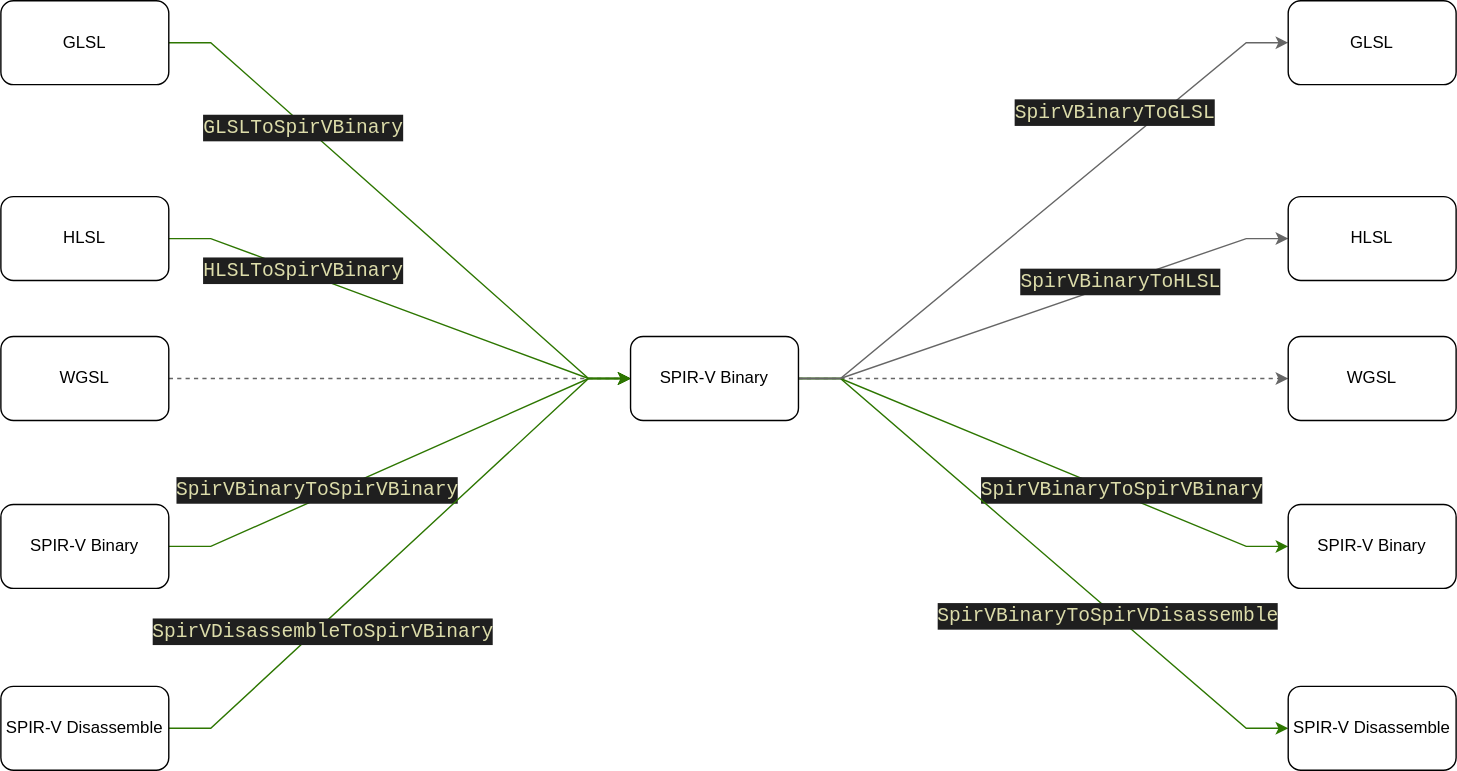
Earlier version of the draw.io export source/_static/WebGPU/ShaderCompiler/ConvertMap.drawio.svg (FuXiii/Essentials.of.Vulkan). Source tidied: cells renumbered, new cells last; positions are measured from the earlier drawing's top-left corner, leaving out a move shared by most shapes.
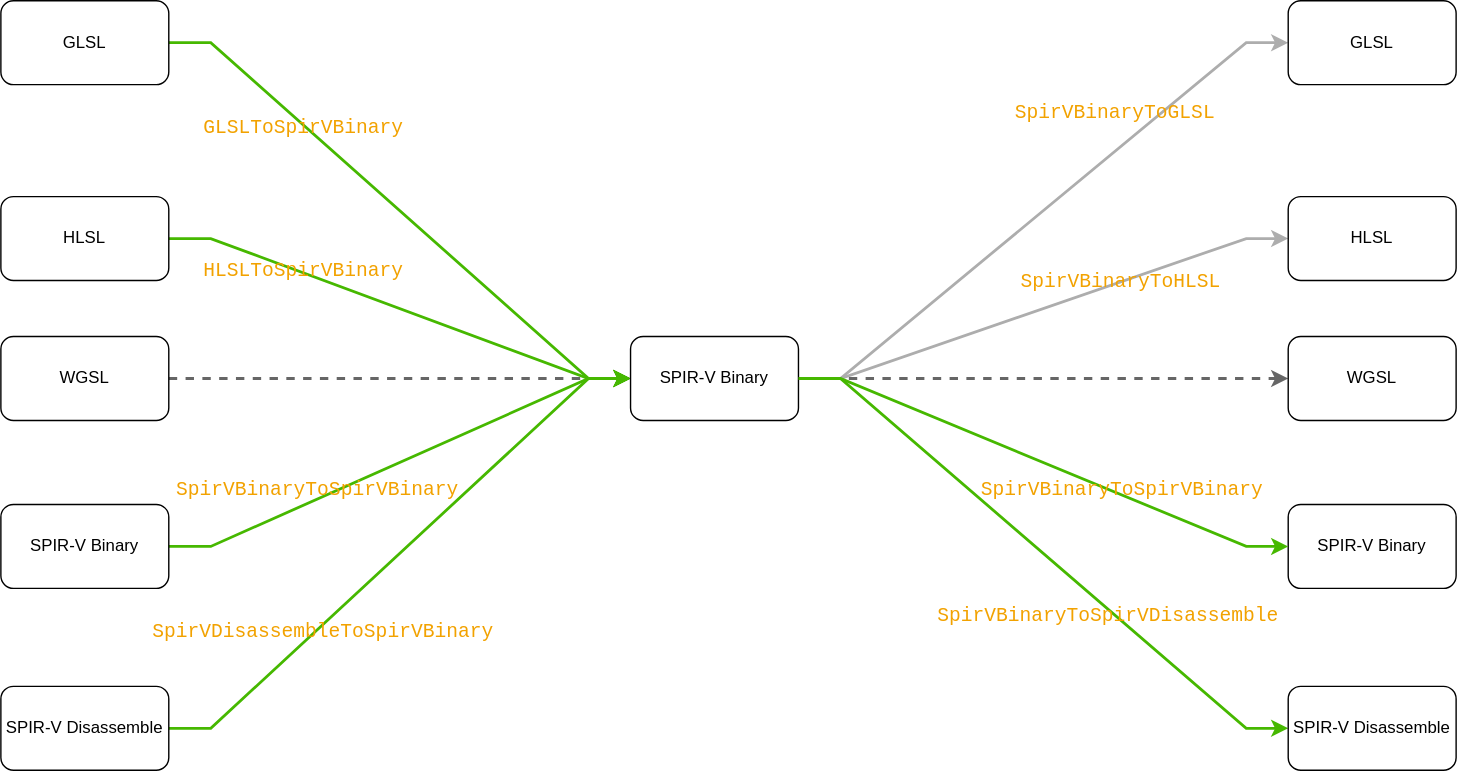
After the commit.

Commit message:
Update clear convert map svg

The edit, as a diff of the source:
```diff
@@ -2,16 +2,16 @@
   <root>
     <mxCell id="0" />
     <mxCell id="1" parent="0" />
-    <mxCell id="2" style="edgeStyle=entityRelationEdgeStyle;rounded=0;jettySize=auto;html=1;dashed=1;fillColor=#f5f5f5;gradientColor=#b3b3b3;strokeColor=#666666;" parent="1" edge="1" source="25" target="30">
+    <mxCell id="2" style="edgeStyle=entityRelationEdgeStyle;rounded=0;jettySize=auto;html=1;dashed=1;fillColor=#f5f5f5;gradientColor=#b3b3b3;strokeColor=#666666;strokeWidth=2;" parent="1" edge="1" source="25" target="30">
       <mxGeometry relative="1" as="geometry" />
     </mxCell>
-    <mxCell id="3" style="edgeStyle=entityRelationEdgeStyle;rounded=0;jettySize=auto;html=1;dashed=1;fillColor=#f5f5f5;gradientColor=#b3b3b3;strokeColor=#666666;" parent="1" edge="1" source="16" target="25">
+    <mxCell id="3" style="edgeStyle=entityRelationEdgeStyle;rounded=0;jettySize=auto;html=1;dashed=1;fillColor=#f5f5f5;gradientColor=#b3b3b3;strokeColor=#666666;strokeWidth=2;" parent="1" edge="1" source="16" target="25">
       <mxGeometry relative="1" as="geometry" />
     </mxCell>
-    <mxCell id="4" style="edgeStyle=entityRelationEdgeStyle;rounded=0;jettySize=auto;html=1;fillColor=#60a917;strokeColor=#2D7600;" parent="1" edge="1" source="6" target="25">
+    <mxCell id="4" style="edgeStyle=entityRelationEdgeStyle;rounded=0;jettySize=auto;html=1;fillColor=#60a917;strokeColor=#46B800;strokeWidth=2;" parent="1" edge="1" source="6" target="25">
       <mxGeometry relative="1" as="geometry" />
     </mxCell>
-    <mxCell id="5" value="&lt;div style=&quot;color: rgb(204, 204, 204); background-color: rgb(31, 31, 31); font-family: Consolas, &amp;quot;Courier New&amp;quot;, monospace; font-size: 14px; line-height: 19px;&quot;&gt;&lt;span style=&quot;color: #dcdcaa;&quot;&gt;GLSLToSpirVBinary&lt;/span&gt;&lt;/div&gt;" style="edgeLabel;html=1;align=center;verticalAlign=middle;" parent="4" vertex="1">
+    <mxCell id="5" value="&lt;div style=&quot;font-family: Consolas, &amp;quot;Courier New&amp;quot;, monospace; font-size: 14px; line-height: 19px;&quot;&gt;&lt;span style=&quot;&quot;&gt;GLSLToSpirVBinary&lt;/span&gt;&lt;/div&gt;" style="edgeLabel;html=1;align=center;verticalAlign=middle;labelBackgroundColor=none;fontColor=#F2A200;" parent="4" vertex="1">
       <mxGeometry x="-0.22" y="1" relative="1" as="geometry">
         <mxPoint x="-35" y="-28" as="offset" />
       </mxGeometry>
@@ -19,10 +19,10 @@
     <mxCell id="6" value="GLSL" style="rounded=1;whiteSpace=wrap;html=1;" parent="1" vertex="1">
       <mxGeometry width="120" height="60" as="geometry" />
     </mxCell>
-    <mxCell id="7" style="edgeStyle=entityRelationEdgeStyle;rounded=0;jettySize=auto;html=1;fillColor=#60a917;strokeColor=#2D7600;" parent="1" edge="1" source="9" target="25">
+    <mxCell id="7" style="edgeStyle=entityRelationEdgeStyle;rounded=0;jettySize=auto;html=1;fillColor=#60a917;strokeColor=#46B800;strokeWidth=2;" parent="1" edge="1" source="9" target="25">
       <mxGeometry relative="1" as="geometry" />
     </mxCell>
-    <mxCell id="8" value="&lt;div style=&quot;color: rgb(204, 204, 204); background-color: rgb(31, 31, 31); font-family: Consolas, &amp;quot;Courier New&amp;quot;, monospace; font-size: 14px; line-height: 19px;&quot;&gt;&lt;span style=&quot;color: #dcdcaa;&quot;&gt;HLSLToSpirVBinary&lt;/span&gt;&lt;/div&gt;" style="edgeLabel;html=1;align=center;verticalAlign=middle;" parent="7" vertex="1">
+    <mxCell id="8" value="&lt;div style=&quot;font-family: Consolas, &amp;quot;Courier New&amp;quot;, monospace; font-size: 14px; line-height: 19px;&quot;&gt;&lt;span style=&quot;&quot;&gt;HLSLToSpirVBinary&lt;/span&gt;&lt;/div&gt;" style="edgeLabel;html=1;align=center;verticalAlign=middle;labelBackgroundColor=none;fontColor=#F2A200;" parent="7" vertex="1">
       <mxGeometry x="-0.43" y="1" relative="1" as="geometry">
         <mxPoint y="-1" as="offset" />
       </mxGeometry>
@@ -30,10 +30,10 @@
     <mxCell id="9" value="HLSL" style="rounded=1;whiteSpace=wrap;html=1;" parent="1" vertex="1">
       <mxGeometry y="140" width="120" height="60" as="geometry" />
     </mxCell>
-    <mxCell id="10" style="edgeStyle=entityRelationEdgeStyle;rounded=0;jettySize=auto;html=1;fillColor=#60a917;strokeColor=#2D7600;" parent="1" edge="1" source="12" target="25">
+    <mxCell id="10" style="edgeStyle=entityRelationEdgeStyle;rounded=0;jettySize=auto;html=1;fillColor=#60a917;strokeColor=#46B800;strokeWidth=2;" parent="1" edge="1" source="12" target="25">
       <mxGeometry relative="1" as="geometry" />
     </mxCell>
-    <mxCell id="11" value="&lt;div style=&quot;color: rgb(204, 204, 204); background-color: rgb(31, 31, 31); font-family: Consolas, &amp;quot;Courier New&amp;quot;, monospace; font-size: 14px; line-height: 19px;&quot;&gt;&lt;span style=&quot;color: #dcdcaa;&quot;&gt;SpirVBinaryToSpirVBinary&lt;/span&gt;&lt;/div&gt;" style="edgeLabel;html=1;align=center;verticalAlign=middle;" parent="10" vertex="1">
+    <mxCell id="11" value="&lt;div style=&quot;font-family: Consolas, &amp;quot;Courier New&amp;quot;, monospace; font-size: 14px; line-height: 19px;&quot;&gt;&lt;span style=&quot;&quot;&gt;SpirVBinaryToSpirVBinary&lt;/span&gt;&lt;/div&gt;" style="edgeLabel;html=1;align=center;verticalAlign=middle;labelBackgroundColor=none;fontColor=#F2A200;" parent="10" vertex="1">
       <mxGeometry x="-0.42" y="2" relative="1" as="geometry">
         <mxPoint x="10" y="-9" as="offset" />
       </mxGeometry>
@@ -41,10 +41,10 @@
     <mxCell id="12" value="SPIR-V Binary" style="rounded=1;whiteSpace=wrap;html=1;" parent="1" vertex="1">
       <mxGeometry y="360" width="120" height="60" as="geometry" />
     </mxCell>
-    <mxCell id="13" style="edgeStyle=entityRelationEdgeStyle;rounded=0;jettySize=auto;html=1;fillColor=#60a917;strokeColor=#2D7600;" parent="1" edge="1" source="15" target="25">
+    <mxCell id="13" style="edgeStyle=entityRelationEdgeStyle;rounded=0;jettySize=auto;html=1;fillColor=#60a917;strokeColor=#46B800;strokeWidth=2;" parent="1" edge="1" source="15" target="25">
       <mxGeometry relative="1" as="geometry" />
     </mxCell>
-    <mxCell id="14" value="&lt;div style=&quot;color: rgb(204, 204, 204); background-color: rgb(31, 31, 31); font-family: Consolas, &amp;quot;Courier New&amp;quot;, monospace; font-size: 14px; line-height: 19px;&quot;&gt;&lt;span style=&quot;color: #dcdcaa;&quot;&gt;SpirVDisassembleToSpirVBinary&lt;/span&gt;&lt;/div&gt;" style="edgeLabel;html=1;align=center;verticalAlign=middle;" parent="13" vertex="1">
+    <mxCell id="14" value="&lt;div style=&quot;font-family: Consolas, &amp;quot;Courier New&amp;quot;, monospace; font-size: 14px; line-height: 19px;&quot;&gt;&lt;span style=&quot;&quot;&gt;SpirVDisassembleToSpirVBinary&lt;/span&gt;&lt;/div&gt;" style="edgeLabel;html=1;align=center;verticalAlign=middle;labelBackgroundColor=none;fontColor=#F2A200;" parent="13" vertex="1">
       <mxGeometry x="-0.48" y="-2" relative="1" as="geometry">
         <mxPoint x="19" y="-16" as="offset" />
       </mxGeometry>
@@ -55,34 +55,26 @@
     <mxCell id="16" value="WGSL" style="rounded=1;whiteSpace=wrap;html=1;" parent="1" vertex="1">
       <mxGeometry y="240" width="120" height="60" as="geometry" />
     </mxCell>
-    <mxCell id="17" style="edgeStyle=entityRelationEdgeStyle;rounded=0;jettySize=auto;html=1;fillColor=#60a917;strokeColor=#2D7600;" parent="1" edge="1" source="25" target="28">
-      <mxGeometry relative="1" as="geometry" />
-    </mxCell>
-    <mxCell id="18" value="&lt;div style=&quot;color: rgb(204, 204, 204); background-color: rgb(31, 31, 31); font-family: Consolas, &amp;quot;Courier New&amp;quot;, monospace; font-size: 14px; line-height: 19px;&quot;&gt;&lt;span style=&quot;color: #dcdcaa;&quot;&gt;SpirVBinaryToSpirVBinary&lt;/span&gt;&lt;/div&gt;" style="edgeLabel;html=1;align=center;verticalAlign=middle;" parent="17" vertex="1">
-      <mxGeometry x="0.15" y="-2" relative="1" as="geometry">
-        <mxPoint x="30" y="7" as="offset" />
-      </mxGeometry>
-    </mxCell>
-    <mxCell id="19" style="edgeStyle=entityRelationEdgeStyle;rounded=0;jettySize=auto;html=1;fillColor=#60a917;strokeColor=#2D7600;" parent="1" edge="1" source="25" target="29">
+    <mxCell id="19" style="edgeStyle=entityRelationEdgeStyle;rounded=0;jettySize=auto;html=1;fillColor=#60a917;strokeColor=#46B800;strokeWidth=2;" parent="1" edge="1" source="25" target="29">
       <mxGeometry relative="1" as="geometry" />
     </mxCell>
-    <mxCell id="20" value="&lt;div style=&quot;color: rgb(204, 204, 204); background-color: rgb(31, 31, 31); font-family: Consolas, &amp;quot;Courier New&amp;quot;, monospace; font-size: 14px; line-height: 19px;&quot;&gt;&lt;span style=&quot;color: #dcdcaa;&quot;&gt;SpirVBinaryToSpirVDisassemble&lt;/span&gt;&lt;/div&gt;" style="edgeLabel;html=1;align=center;verticalAlign=middle;" parent="19" vertex="1">
+    <mxCell id="20" value="&lt;div style=&quot;font-family: Consolas, &amp;quot;Courier New&amp;quot;, monospace; font-size: 14px; line-height: 19px;&quot;&gt;&lt;span style=&quot;&quot;&gt;SpirVBinaryToSpirVDisassemble&lt;/span&gt;&lt;/div&gt;" style="edgeLabel;html=1;align=center;verticalAlign=middle;labelBackgroundColor=none;fontColor=#F2A200;" parent="19" vertex="1">
       <mxGeometry x="0.17" y="-1" relative="1" as="geometry">
         <mxPoint x="18" y="20" as="offset" />
       </mxGeometry>
     </mxCell>
-    <mxCell id="21" style="edgeStyle=entityRelationEdgeStyle;rounded=0;jettySize=auto;html=1;fillColor=#f5f5f5;strokeColor=#666666;gradientColor=#b3b3b3;" parent="1" edge="1" source="25" target="26">
+    <mxCell id="21" style="edgeStyle=entityRelationEdgeStyle;rounded=0;jettySize=auto;html=1;fillColor=#f5f5f5;strokeColor=#ADADAD;gradientColor=#b3b3b3;strokeWidth=2;" parent="1" edge="1" source="25" target="26">
       <mxGeometry relative="1" as="geometry" />
     </mxCell>
-    <mxCell id="22" value="&lt;div style=&quot;color: rgb(204, 204, 204); background-color: rgb(31, 31, 31); font-family: Consolas, &amp;quot;Courier New&amp;quot;, monospace; font-size: 14px; line-height: 19px;&quot;&gt;&lt;span style=&quot;color: #dcdcaa;&quot;&gt;SpirVBinaryToGLSL&lt;/span&gt;&lt;/div&gt;" style="edgeLabel;html=1;align=center;verticalAlign=middle;" parent="21" vertex="1">
+    <mxCell id="22" value="&lt;div style=&quot;font-family: Consolas, &amp;quot;Courier New&amp;quot;, monospace; font-size: 14px; line-height: 19px;&quot;&gt;&lt;span style=&quot;&quot;&gt;SpirVBinaryToGLSL&lt;/span&gt;&lt;/div&gt;" style="edgeLabel;html=1;align=center;verticalAlign=middle;labelBackgroundColor=none;fontColor=#F2A200;" parent="21" vertex="1">
       <mxGeometry x="-0.16" y="1" relative="1" as="geometry">
         <mxPoint x="77" y="-92" as="offset" />
       </mxGeometry>
     </mxCell>
-    <mxCell id="23" style="edgeStyle=entityRelationEdgeStyle;rounded=0;jettySize=auto;html=1;fillColor=#f5f5f5;strokeColor=#666666;gradientColor=#b3b3b3;" parent="1" edge="1" source="25" target="27">
+    <mxCell id="23" style="edgeStyle=entityRelationEdgeStyle;rounded=0;jettySize=auto;html=1;fillColor=#f5f5f5;strokeColor=#ADADAD;gradientColor=#b3b3b3;strokeWidth=2;" parent="1" edge="1" source="25" target="27">
       <mxGeometry relative="1" as="geometry" />
     </mxCell>
-    <mxCell id="24" value="&lt;div style=&quot;color: rgb(204, 204, 204); background-color: rgb(31, 31, 31); font-family: Consolas, &amp;quot;Courier New&amp;quot;, monospace; font-size: 14px; line-height: 19px;&quot;&gt;&lt;span style=&quot;color: #dcdcaa;&quot;&gt;SpirVBinaryToHLSL&lt;/span&gt;&lt;/div&gt;" style="edgeLabel;html=1;align=center;verticalAlign=middle;" parent="23" vertex="1">
+    <mxCell id="24" value="&lt;div style=&quot;font-family: Consolas, &amp;quot;Courier New&amp;quot;, monospace; font-size: 14px; line-height: 19px;&quot;&gt;&lt;span style=&quot;&quot;&gt;SpirVBinaryToHLSL&lt;/span&gt;&lt;/div&gt;" style="edgeLabel;html=1;align=center;verticalAlign=middle;labelBackgroundColor=none;fontColor=#F2A200;" parent="23" vertex="1">
       <mxGeometry x="-0.01" y="-2" relative="1" as="geometry">
         <mxPoint x="55" y="-22" as="offset" />
       </mxGeometry>
@@ -105,5 +97,13 @@
     <mxCell id="30" value="WGSL" style="rounded=1;whiteSpace=wrap;html=1;" parent="1" vertex="1">
       <mxGeometry x="920" y="240" width="120" height="60" as="geometry" />
     </mxCell>
+    <mxCell id="17" style="edgeStyle=entityRelationEdgeStyle;rounded=0;jettySize=auto;html=1;fillColor=#60a917;strokeColor=#46B800;strokeWidth=2;" parent="1" edge="1" source="25" target="28">
+      <mxGeometry relative="1" as="geometry" />
+    </mxCell>
+    <mxCell id="18" value="&lt;div style=&quot;font-family: Consolas, &amp;quot;Courier New&amp;quot;, monospace; font-size: 14px; line-height: 19px;&quot;&gt;&lt;span style=&quot;&quot;&gt;SpirVBinaryToSpirVBinary&lt;/span&gt;&lt;/div&gt;" style="edgeLabel;html=1;align=center;verticalAlign=middle;labelBackgroundColor=none;fontColor=#F2A200;" parent="17" vertex="1">
+      <mxGeometry x="0.15" y="-2" relative="1" as="geometry">
+        <mxPoint x="30" y="7" as="offset" />
+      </mxGeometry>
+    </mxCell>
   </root>
 </mxGraphModel>
```
